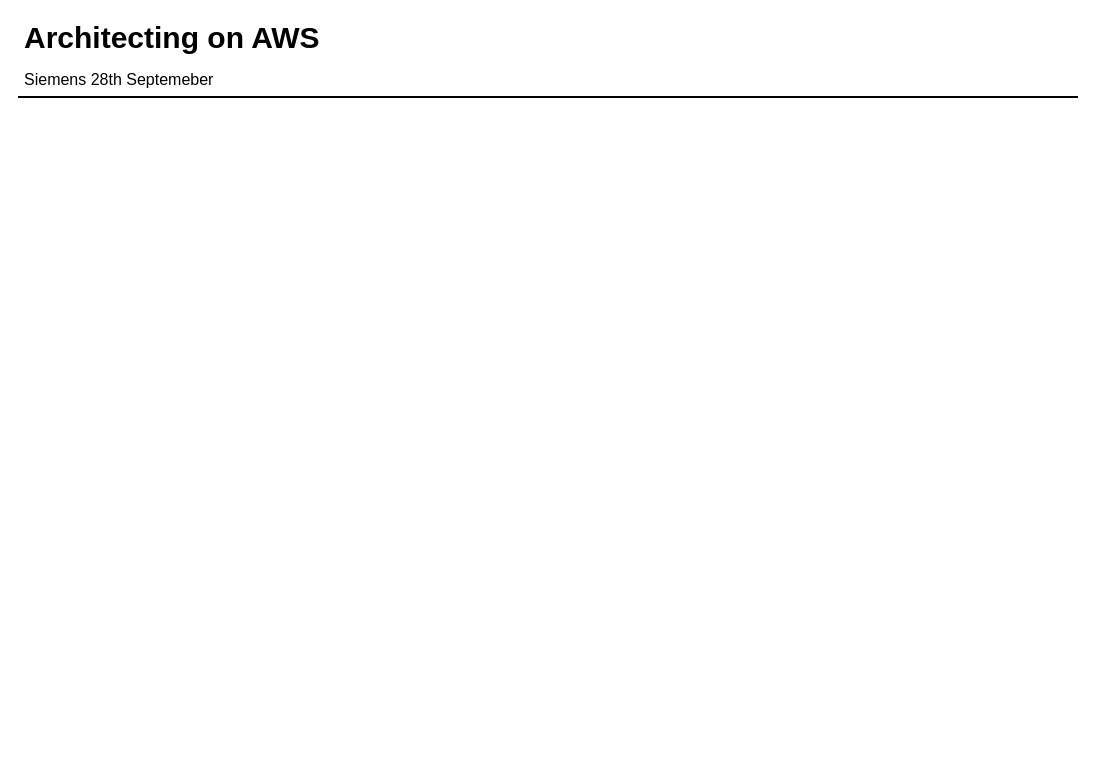
Above: page "Copy of Copy of Page-2" (5 of 8) of siemens-2809-day3.drawio in taupoali/awsdiagrams (draw.io), before the change. Source tidied: cells renumbered, new cells numbered last; positions are measured from the earlier drawing's top-left corner, leaving out a move shared by most shapes. Both pictures are drawn from the tidied source at 100%, with x=0, y=0 at pixel (17, 16).
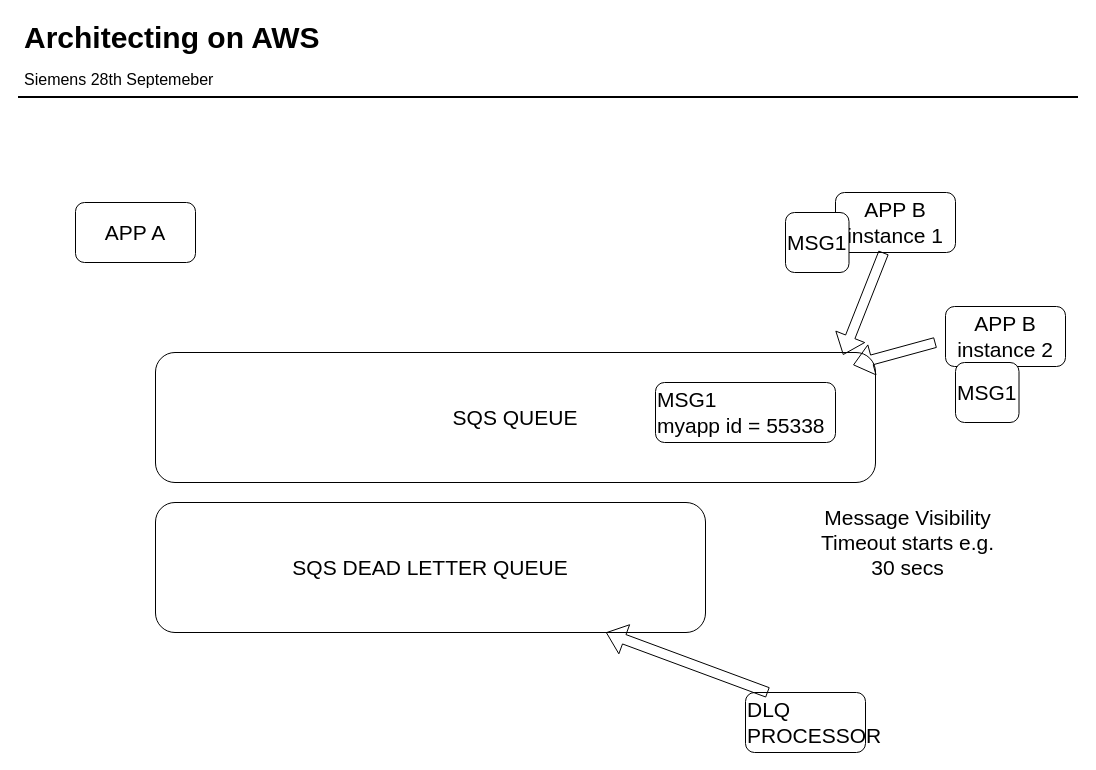
Above is the later version.

Diff of the diagram source:
```diff
@@
 <mxGraphModel>
   <root>
     <mxCell id="0" />
     <mxCell id="1" parent="0" />
+    <mxCell id="5" value="SQS DEAD LETTER QUEUE" style="rounded=1;whiteSpace=wrap;html=1;align=center;fontSize=21;" parent="1" vertex="1">
+      <mxGeometry x="138" y="486" width="550" height="130" as="geometry" />
+    </mxCell>
     <mxCell id="2" value="Architecting on AWS" style="text;html=1;align=left;verticalAlign=top;spacingTop=-4;fontSize=30;fontStyle=1;" parent="1" vertex="1">
       <mxGeometry x="4.5" y="0.5" width="310" height="40" as="geometry" />
     </mxCell>
     <mxCell id="3" value="Siemens 28th Septemeber" style="text;html=1;align=left;verticalAlign=top;spacingTop=-4;fontSize=16;" parent="1" vertex="1">
       <mxGeometry x="4.5" y="50.5" width="200" height="20" as="geometry" />
     </mxCell>
     <mxCell id="4" style="line;strokeWidth=2;html=1;fontSize=14;" parent="1" vertex="1">
       <mxGeometry x="0.5" y="75.5" width="1060" height="10" as="geometry" />
     </mxCell>
+    <mxCell id="6" value="APP A" style="rounded=1;whiteSpace=wrap;html=1;align=center;fontSize=21;" parent="1" vertex="1">
+      <mxGeometry x="58" y="186" width="120" height="60" as="geometry" />
+    </mxCell>
+    <mxCell id="7" value="APP B&lt;br&gt;instance 1" style="rounded=1;whiteSpace=wrap;html=1;align=center;fontSize=21;" parent="1" vertex="1">
+      <mxGeometry x="818" y="176" width="120" height="60" as="geometry" />
+    </mxCell>
+    <mxCell id="8" value="SQS QUEUE" style="rounded=1;whiteSpace=wrap;html=1;align=center;fontSize=21;" parent="1" vertex="1">
+      <mxGeometry x="138" y="336" width="720" height="130" as="geometry" />
+    </mxCell>
+    <mxCell id="9" style="shape=flexArrow;endArrow=classic;html=1;fontSize=21;entryX=0.955;entryY=0.019;entryDx=0;entryDy=0;entryPerimeter=0;" parent="1" edge="1" source="7" target="8">
+      <mxGeometry relative="1" as="geometry" />
+    </mxCell>
+    <mxCell id="10" value="MSG1" style="rounded=1;whiteSpace=wrap;html=1;align=left;fontSize=21;" parent="1" vertex="1">
+      <mxGeometry x="768" y="196" width="63.5" height="60" as="geometry" />
+    </mxCell>
+    <mxCell id="11" value="Message Visibility&lt;br&gt;Timeout starts e.g. 30 secs" style="text;html=1;strokeColor=none;fillColor=none;align=center;verticalAlign=middle;whiteSpace=wrap;rounded=0;fontSize=21;" parent="1" vertex="1">
+      <mxGeometry x="791.5" y="516" width="196.5" height="20" as="geometry" />
+    </mxCell>
+    <mxCell id="12" value="APP B&lt;br&gt;instance 2" style="rounded=1;whiteSpace=wrap;html=1;align=center;fontSize=21;" parent="1" vertex="1">
+      <mxGeometry x="928" y="290" width="120" height="60" as="geometry" />
+    </mxCell>
+    <mxCell id="13" style="shape=flexArrow;endArrow=classic;html=1;fontSize=21;entryX=0.955;entryY=0.019;entryDx=0;entryDy=0;entryPerimeter=0;" parent="1" edge="1">
+      <mxGeometry relative="1" as="geometry">
+        <mxPoint x="918" y="326" as="sourcePoint" />
+        <mxPoint x="835.6" y="348.5" as="targetPoint" />
+      </mxGeometry>
+    </mxCell>
+    <mxCell id="14" value="MSG1&lt;br&gt;myapp id = 55338" style="rounded=1;whiteSpace=wrap;html=1;align=left;fontSize=21;" parent="1" vertex="1">
+      <mxGeometry x="638" y="366" width="180" height="60" as="geometry" />
+    </mxCell>
+    <mxCell id="15" value="MSG1" style="rounded=1;whiteSpace=wrap;html=1;align=left;fontSize=21;" parent="1" vertex="1">
+      <mxGeometry x="938" y="346" width="63.5" height="60" as="geometry" />
+    </mxCell>
+    <mxCell id="16" value="DLQ PROCESSOR" style="rounded=1;whiteSpace=wrap;html=1;align=left;fontSize=21;" parent="1" vertex="1">
+      <mxGeometry x="728" y="676" width="120" height="60" as="geometry" />
+    </mxCell>
+    <mxCell id="17" style="shape=flexArrow;endArrow=classic;html=1;fontSize=21;" parent="1" edge="1" target="5">
+      <mxGeometry relative="1" as="geometry">
+        <mxPoint x="750.4" y="676" as="sourcePoint" />
+      </mxGeometry>
+    </mxCell>
   </root>
 </mxGraphModel>
```
